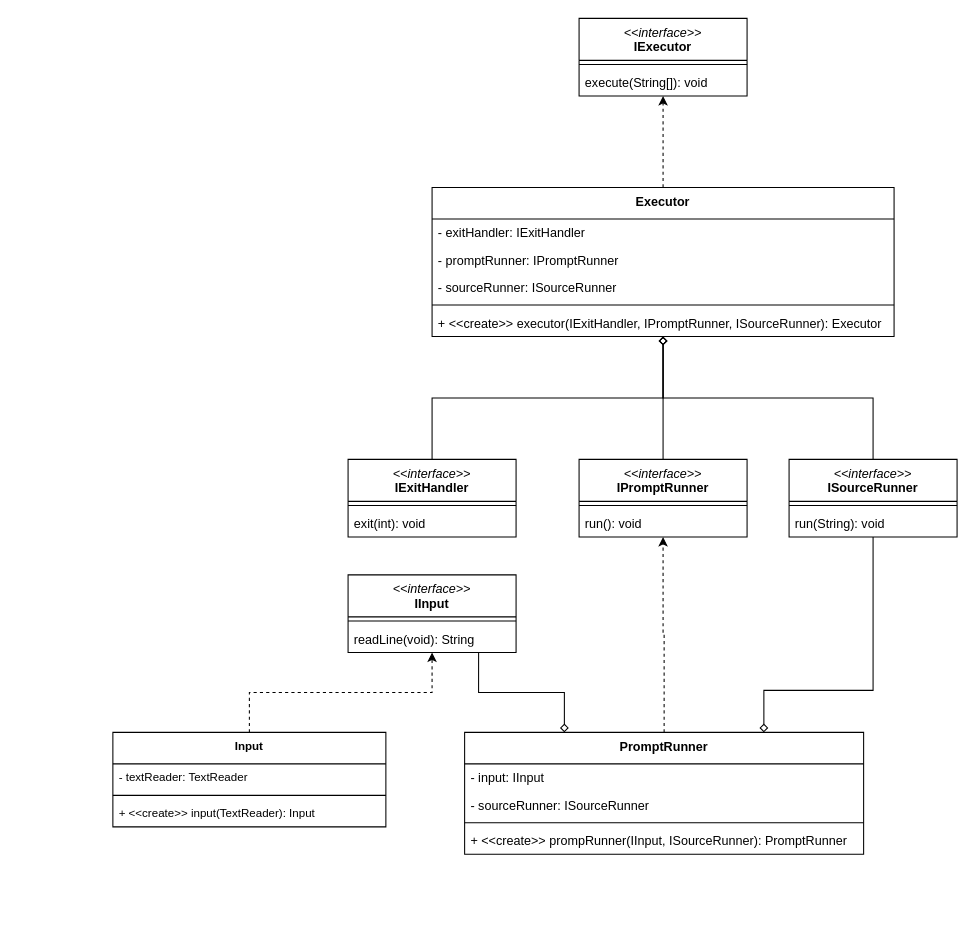
Earlier version of the draw.io diagram cslox/doc/uml-class-diagram.drawio (sradms0/lox). Source tidied: cells renumbered, new cells numbered last; positions are measured from the earlier drawing's top-left corner, leaving out a move shared by most shapes. Both pictures are drawn from the tidied source at 105%, with x=0, y=0 at pixel (112, 18).
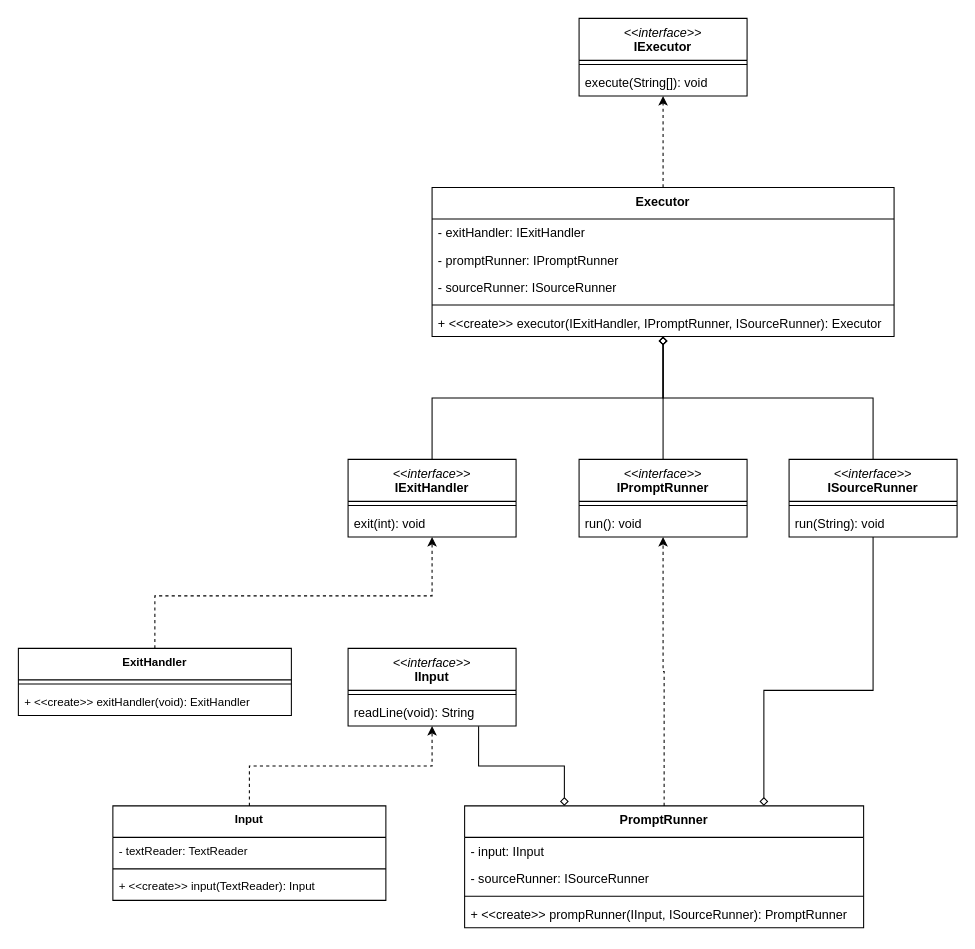
After the change.

Unchanged cells that the change refers to:
```xml
<mxCell id="6" value="&lt;span style=&quot;font-weight: normal;&quot;&gt;&lt;i&gt;&amp;lt;&amp;lt;interface&amp;gt;&amp;gt;&lt;/i&gt;&lt;/span&gt;&lt;div&gt;IExitHandler&lt;/div&gt;" style="swimlane;fontStyle=1;align=center;verticalAlign=top;horizontal=1;startSize=40;whiteSpace=wrap;html=1;" parent="1" vertex="1">
  <mxGeometry x="224" y="420" width="160" height="74" as="geometry" />
</mxCell>
```

Diff of the diagram source:
```diff
@@
     <mxCell id="25" style="group;" parent="1" vertex="1">
-      <mxGeometry x="395" y="668" width="320" height="128" as="geometry" />
+      <mxGeometry x="395" y="738" width="320" height="128" as="geometry" />
     </mxCell>
@@
     <mxCell id="33" value="&lt;span style=&quot;font-weight: normal;&quot;&gt;&lt;i&gt;&amp;lt;&amp;lt;interface&amp;gt;&amp;gt;&lt;/i&gt;&lt;/span&gt;&lt;div&gt;IInput&lt;/div&gt;" style="swimlane;fontStyle=1;align=center;verticalAlign=top;horizontal=1;startSize=40;whiteSpace=wrap;html=1;" parent="1" vertex="1">
-      <mxGeometry x="224" y="530" width="160" height="74" as="geometry" />
+      <mxGeometry x="224" y="600" width="160" height="74" as="geometry" />
     </mxCell>
@@
     <mxCell id="37" value="Input" style="swimlane;fontStyle=1;align=center;verticalAlign=top;horizontal=1;startSize=30;whiteSpace=wrap;html=1;fontFamily=Helvetica;fontSize=11;fontColor=default;labelBackgroundColor=default;" parent="1" vertex="1">
-      <mxGeometry y="680" width="260" height="90" as="geometry" />
+      <mxGeometry y="750" width="260" height="90" as="geometry" />
     </mxCell>
@@
+    <mxCell id="41" style="edgeStyle=orthogonalEdgeStyle;shape=connector;rounded=0;jettySize=auto;html=1;dashed=1;strokeColor=default;align=center;verticalAlign=middle;fontFamily=Helvetica;fontSize=11;fontColor=default;labelBackgroundColor=default;endArrow=classic;endFill=1;" parent="1" edge="1" source="42" target="6">
+      <mxGeometry relative="1" as="geometry">
+        <Array as="points">
+          <mxPoint x="40" y="550" />
+          <mxPoint x="304" y="550" />
+        </Array>
+      </mxGeometry>
+    </mxCell>
+    <mxCell id="42" value="ExitHandler" style="swimlane;fontStyle=1;align=center;verticalAlign=top;horizontal=1;startSize=30;whiteSpace=wrap;html=1;fontFamily=Helvetica;fontSize=11;fontColor=default;labelBackgroundColor=default;" parent="1" vertex="1">
+      <mxGeometry x="-90" y="600" width="260" height="64" as="geometry" />
+    </mxCell>
+    <mxCell id="43" style="line;strokeWidth=1;fillColor=none;align=left;verticalAlign=middle;spacingTop=-1;spacingLeft=3;spacingRight=3;labelPosition=right;strokeColor=inherit;fontFamily=Helvetica;fontSize=11;fontColor=default;labelBackgroundColor=default;" parent="42" vertex="1">
+      <mxGeometry y="30" width="260" height="8" as="geometry" />
+    </mxCell>
+    <mxCell id="44" value="+ &amp;lt;&amp;lt;create&amp;gt;&amp;gt; exitHandler(void): ExitHandler" style="text;strokeColor=none;fillColor=none;align=left;verticalAlign=top;spacingLeft=4;spacingRight=4;overflow=hidden;whiteSpace=wrap;html=1;fontFamily=Helvetica;fontSize=11;fontColor=default;labelBackgroundColor=default;" parent="42" vertex="1">
+      <mxGeometry y="38" width="260" height="26" as="geometry" />
+    </mxCell>
```
